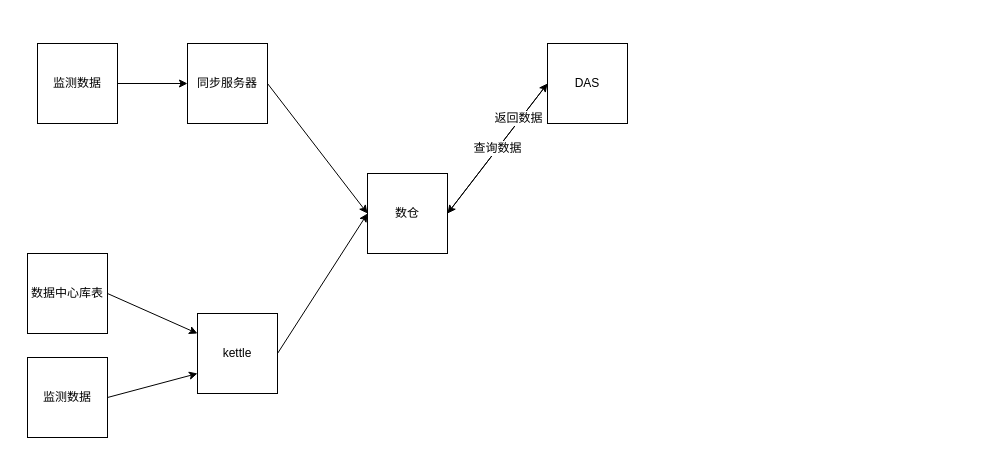
Before: 智慧城市数据流图.drawio in HousionQ/draw, a draw.io diagram. Source tidied: cells renumbered, new cells numbered last; positions are measured from the earlier drawing's top-left corner, leaving out a move shared by most shapes. Both pictures are drawn from the tidied source at 100%, with x=0, y=0 at pixel (27, 43).
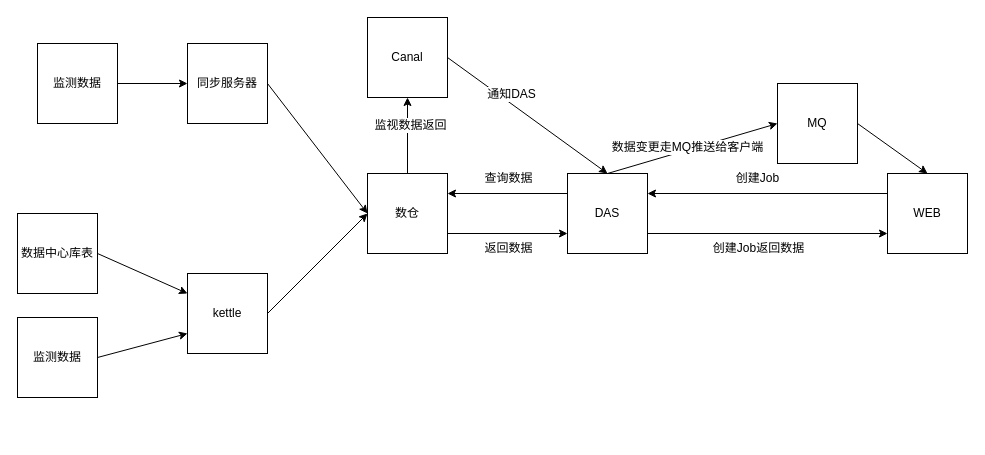
The same diagram, later.

Commit message (it also covers changes not shown here):
更新智慧城市数据流图.drawio

Unchanged cells that the change refers to:
```xml
<mxCell id="7" value="数仓" style="whiteSpace=wrap;html=1;" parent="1" vertex="1">
  <mxGeometry x="340" y="130" width="80" height="80" as="geometry" />
</mxCell>
```

What changed in the source:
```diff
@@
+    <mxCell id="18" style="edgeStyle=none;rounded=0;jettySize=auto;html=1;exitX=0.5;exitY=0;exitDx=0;exitDy=0;entryX=0.5;entryY=1;entryDx=0;entryDy=0;" parent="1" edge="1" source="7" target="24">
+      <mxGeometry relative="1" as="geometry" />
+    </mxCell>
+    <mxCell id="19" value="监视数据返回" style="text;html=1;align=center;verticalAlign=middle;labelBackgroundColor=#ffffff;" parent="18" vertex="1">
+      <mxGeometry x="0.3" y="-2" relative="1" as="geometry" />
+    </mxCell>
-    <mxCell id="6" style="edgeStyle=none;rounded=0;jettySize=auto;html=1;exitX=1;exitY=0.5;exitDx=0;exitDy=0;entryX=0;entryY=0.5;entryDx=0;entryDy=0;" parent="1" edge="1" source="7" target="17">
+    <mxCell id="6" style="edgeStyle=none;rounded=0;jettySize=auto;html=1;exitX=1;exitY=0.75;exitDx=0;exitDy=0;entryX=0;entryY=0.75;entryDx=0;entryDy=0;" parent="1" edge="1" source="7" target="17">
       <mxGeometry relative="1" as="geometry" />
     </mxCell>
+    <mxCell id="16" value="返回数据" style="text;html=1;align=center;verticalAlign=middle;labelBackgroundColor=#ffffff;" parent="6" vertex="1">
+      <mxGeometry x="-0.17" y="-4" relative="1" as="geometry">
+        <mxPoint x="10" y="10" as="offset" />
+      </mxGeometry>
+    </mxCell>
@@
     <mxCell id="9" value="kettle" style="whiteSpace=wrap;html=1;" parent="1" vertex="1">
-      <mxGeometry x="170" y="270" width="80" height="80" as="geometry" />
+      <mxGeometry x="160" y="230" width="80" height="80" as="geometry" />
     </mxCell>
@@
     <mxCell id="11" value="数据中心库表" style="whiteSpace=wrap;html=1;" parent="1" vertex="1">
-      <mxGeometry y="210" width="80" height="80" as="geometry" />
+      <mxGeometry x="-10" y="170" width="80" height="80" as="geometry" />
     </mxCell>
@@
     <mxCell id="13" value="监测数据" style="whiteSpace=wrap;html=1;" parent="1" vertex="1">
-      <mxGeometry y="314" width="80" height="80" as="geometry" />
+      <mxGeometry x="-10" y="274" width="80" height="80" as="geometry" />
     </mxCell>
-    <mxCell id="14" style="edgeStyle=none;rounded=0;jettySize=auto;html=1;exitX=0;exitY=0.5;exitDx=0;exitDy=0;entryX=1;entryY=0.5;entryDx=0;entryDy=0;" parent="1" edge="1" source="17" target="7">
+    <mxCell id="14" style="edgeStyle=none;rounded=0;jettySize=auto;html=1;exitX=0;exitY=0.25;exitDx=0;exitDy=0;entryX=1;entryY=0.25;entryDx=0;entryDy=0;" parent="1" edge="1" source="17" target="7">
       <mxGeometry relative="1" as="geometry" />
     </mxCell>
     <mxCell id="15" value="查询数据" style="text;html=1;align=center;verticalAlign=middle;labelBackgroundColor=#ffffff;" parent="14" vertex="1">
-      <mxGeometry x="0.18" y="1" relative="1" as="geometry">
-        <mxPoint x="7.5" y="-12.5" as="offset" />
+      <mxGeometry x="0.18" y="-1" relative="1" as="geometry">
+        <mxPoint x="11" y="-15" as="offset" />
       </mxGeometry>
     </mxCell>
-    <mxCell id="16" value="返回数据" style="text;html=1;align=center;verticalAlign=middle;labelBackgroundColor=#ffffff;" parent="14" vertex="1">
-      <mxGeometry x="-0.52" y="3" relative="1" as="geometry">
-        <mxPoint x="-8.5" y="1.5" as="offset" />
-      </mxGeometry>
-    </mxCell>
+    <mxCell id="20" style="edgeStyle=none;rounded=0;jettySize=auto;html=1;exitX=0.5;exitY=0;exitDx=0;exitDy=0;entryX=0;entryY=0.5;entryDx=0;entryDy=0;" parent="1" edge="1" source="17" target="27">
+      <mxGeometry relative="1" as="geometry" />
+    </mxCell>
+    <mxCell id="21" value="数据变更走MQ推送给客户端" style="text;html=1;align=center;verticalAlign=middle;labelBackgroundColor=#ffffff;" parent="20" vertex="1">
+      <mxGeometry x="0.29" relative="1" as="geometry">
+        <mxPoint x="-29.5" y="6" as="offset" />
+      </mxGeometry>
+    </mxCell>
     <mxCell id="17" value="DAS" style="whiteSpace=wrap;html=1;" parent="1" vertex="1">
-      <mxGeometry x="520" width="80" height="80" as="geometry" />
+      <mxGeometry x="540" y="130" width="80" height="80" as="geometry" />
     </mxCell>
+    <mxCell id="22" style="edgeStyle=none;rounded=0;jettySize=auto;html=1;exitX=1;exitY=0.5;exitDx=0;exitDy=0;entryX=0.5;entryY=0;entryDx=0;entryDy=0;" parent="1" edge="1" source="24" target="17">
+      <mxGeometry relative="1" as="geometry" />
+    </mxCell>
+    <mxCell id="23" value="通知DAS" style="text;html=1;align=center;verticalAlign=middle;labelBackgroundColor=#ffffff;" parent="22" vertex="1">
+      <mxGeometry x="-0.31" y="-5" relative="1" as="geometry">
+        <mxPoint x="11" y="-7.5" as="offset" />
+      </mxGeometry>
+    </mxCell>
+    <mxCell id="24" value="Canal" style="whiteSpace=wrap;html=1;" parent="1" vertex="1">
+      <mxGeometry x="340" y="-26" width="80" height="80" as="geometry" />
+    </mxCell>
+    <mxCell id="25" value="WEB" style="whiteSpace=wrap;html=1;" parent="1" vertex="1">
+      <mxGeometry x="860" y="130" width="80" height="80" as="geometry" />
+    </mxCell>
+    <mxCell id="26" style="edgeStyle=none;rounded=0;jettySize=auto;html=1;exitX=1;exitY=0.5;exitDx=0;exitDy=0;entryX=0.5;entryY=0;entryDx=0;entryDy=0;" parent="1" edge="1" source="27" target="25">
+      <mxGeometry relative="1" as="geometry" />
+    </mxCell>
+    <mxCell id="27" value="MQ" style="whiteSpace=wrap;html=1;" parent="1" vertex="1">
+      <mxGeometry x="750" y="40" width="80" height="80" as="geometry" />
+    </mxCell>
+    <mxCell id="28" style="edgeStyle=none;rounded=0;jettySize=auto;html=1;exitX=0;exitY=0.25;exitDx=0;exitDy=0;entryX=1;entryY=0.25;entryDx=0;entryDy=0;" parent="1" edge="1" source="25" target="17">
+      <mxGeometry relative="1" as="geometry" />
+    </mxCell>
+    <mxCell id="29" value="创建Job" style="text;html=1;align=center;verticalAlign=middle;labelBackgroundColor=#ffffff;" parent="28" vertex="1">
+      <mxGeometry x="0.18" y="-1" relative="1" as="geometry">
+        <mxPoint x="11" y="-15" as="offset" />
+      </mxGeometry>
+    </mxCell>
+    <mxCell id="30" style="edgeStyle=none;rounded=0;jettySize=auto;html=1;exitX=1;exitY=0.75;exitDx=0;exitDy=0;entryX=0;entryY=0.75;entryDx=0;entryDy=0;" parent="1" edge="1" source="17" target="25">
+      <mxGeometry relative="1" as="geometry" />
+    </mxCell>
+    <mxCell id="31" value="创建Job返回数据" style="text;html=1;align=center;verticalAlign=middle;labelBackgroundColor=#ffffff;" parent="30" vertex="1">
+      <mxGeometry x="-0.17" y="-4" relative="1" as="geometry">
+        <mxPoint x="10" y="10" as="offset" />
+      </mxGeometry>
+    </mxCell>
```
